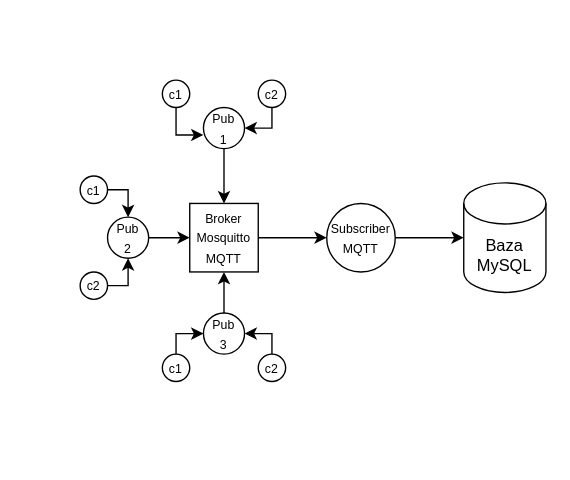
Before: MQTT_proj/Untitled Diagram.drawio in BlueCookieFrog/Protokoly-Transmisji-Cyfrowej, a draw.io diagram. Source tidied: cells renumbered, new cells numbered last; positions are measured from the earlier drawing's top-left corner, leaving out a move shared by most shapes. Both pictures are drawn from the tidied source at 137%, with x=0, y=0 at pixel (79, 79).
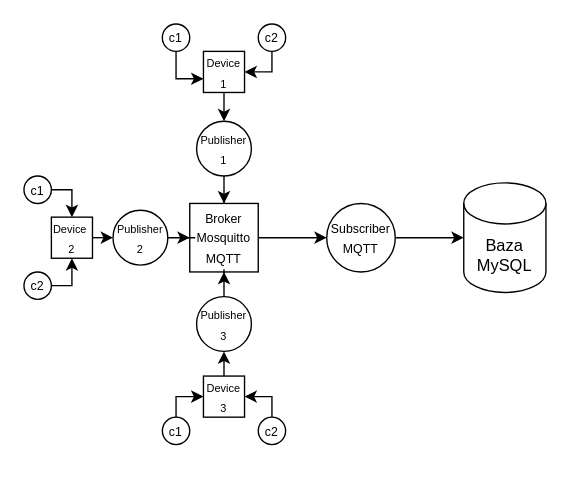
Above is the later version.

Unchanged cells that the change refers to:
```xml
<mxCell id="9" value="&lt;font style=&quot;font-size: 9px&quot;&gt;Broker&lt;br&gt;Mosquitto&lt;br&gt;MQTT&lt;/font&gt;" style="rounded=0;whiteSpace=wrap;html=1;" parent="1" vertex="1">
  <mxGeometry x="80" y="90" width="50" height="50" as="geometry" />
</mxCell>
```

Diff of the diagram source:
```diff
@@
-    <mxCell id="2" style="edgeStyle=orthogonalEdgeStyle;rounded=0;jettySize=auto;html=1;exitX=0.5;exitY=1;exitDx=0;exitDy=0;entryX=0.5;entryY=0;entryDx=0;entryDy=0;" parent="1" edge="1" source="3" target="9">
-      <mxGeometry relative="1" as="geometry" />
-    </mxCell>
+    <mxCell id="25" style="edgeStyle=orthogonalEdgeStyle;rounded=0;jettySize=auto;html=1;exitX=0.5;exitY=1;exitDx=0;exitDy=0;entryX=0.5;entryY=0;entryDx=0;entryDy=0;" parent="1" edge="1" source="3" target="29">
+      <mxGeometry relative="1" as="geometry" />
+    </mxCell>
-    <mxCell id="3" value="&lt;font style=&quot;font-size: 9px&quot;&gt;Pub&lt;br&gt;1&lt;/font&gt;" style="ellipse;whiteSpace=wrap;html=1;" parent="1" vertex="1">
-      <mxGeometry x="90" y="20" width="30" height="30" as="geometry" />
+    <mxCell id="3" value="&lt;font style=&quot;font-size: 8px&quot;&gt;Device&lt;br&gt;1&lt;/font&gt;" style="square;whiteSpace=wrap;html=1;" parent="1" vertex="1">
+      <mxGeometry x="90" y="-21" width="30" height="30" as="geometry" />
     </mxCell>
-    <mxCell id="4" style="edgeStyle=orthogonalEdgeStyle;rounded=0;jettySize=auto;html=1;exitX=0.5;exitY=0;exitDx=0;exitDy=0;entryX=0.5;entryY=1;entryDx=0;entryDy=0;" parent="1" edge="1" source="5" target="9">
-      <mxGeometry relative="1" as="geometry" />
-    </mxCell>
+    <mxCell id="26" style="edgeStyle=orthogonalEdgeStyle;rounded=0;jettySize=auto;html=1;exitX=0.5;exitY=0;exitDx=0;exitDy=0;entryX=0.5;entryY=1;entryDx=0;entryDy=0;" parent="1" edge="1" source="5" target="33">
+      <mxGeometry relative="1" as="geometry" />
+    </mxCell>
-    <mxCell id="5" value="&lt;font style=&quot;font-size: 9px&quot;&gt;Pub&lt;br&gt;3&lt;/font&gt;" style="ellipse;whiteSpace=wrap;html=1;" parent="1" vertex="1">
-      <mxGeometry x="90" y="170" width="30" height="30" as="geometry" />
+    <mxCell id="5" value="&lt;font style=&quot;font-size: 8px&quot;&gt;Device&lt;br&gt;3&lt;/font&gt;" style="Square;whiteSpace=wrap;html=1;" parent="1" vertex="1">
+      <mxGeometry x="90" y="216" width="30" height="30" as="geometry" />
     </mxCell>
-    <mxCell id="6" style="edgeStyle=orthogonalEdgeStyle;rounded=0;jettySize=auto;html=1;exitX=1;exitY=0.5;exitDx=0;exitDy=0;entryX=0;entryY=0.5;entryDx=0;entryDy=0;" parent="1" edge="1" source="7" target="9">
-      <mxGeometry relative="1" as="geometry" />
-    </mxCell>
+    <mxCell id="27" style="edgeStyle=orthogonalEdgeStyle;rounded=0;jettySize=auto;html=1;exitX=1;exitY=0.5;exitDx=0;exitDy=0;entryX=0;entryY=0.5;entryDx=0;entryDy=0;" parent="1" edge="1" source="7" target="31">
+      <mxGeometry relative="1" as="geometry" />
+    </mxCell>
-    <mxCell id="7" value="&lt;font style=&quot;font-size: 9px&quot;&gt;Pub&lt;br&gt;2&lt;/font&gt;" style="ellipse;whiteSpace=wrap;html=1;" parent="1" vertex="1">
-      <mxGeometry x="20" y="100" width="30" height="30" as="geometry" />
+    <mxCell id="7" value="&lt;font style=&quot;font-size: 8px&quot;&gt;Device&amp;nbsp; 2&lt;/font&gt;" style="square;whiteSpace=wrap;html=1;" parent="1" vertex="1">
+      <mxGeometry x="-21" y="100" width="30" height="30" as="geometry" />
     </mxCell>
@@
     <mxCell id="11" value="&lt;font style=&quot;font-size: 9px&quot;&gt;c2&lt;/font&gt;" style="ellipse;whiteSpace=wrap;html=1;" parent="1" vertex="1">
-      <mxGeometry y="140" width="20" height="20" as="geometry" />
+      <mxGeometry x="-41" y="140" width="20" height="20" as="geometry" />
     </mxCell>
@@
     <mxCell id="13" value="&lt;font style=&quot;font-size: 9px&quot;&gt;c1&lt;/font&gt;" style="ellipse;whiteSpace=wrap;html=1;" parent="1" vertex="1">
-      <mxGeometry y="70" width="20" height="20" as="geometry" />
+      <mxGeometry x="-41" y="70" width="20" height="20" as="geometry" />
     </mxCell>
     <mxCell id="14" style="edgeStyle=orthogonalEdgeStyle;rounded=0;jettySize=auto;html=1;exitX=0.5;exitY=1;exitDx=0;exitDy=0;entryX=0;entryY=0.667;entryDx=0;entryDy=0;entryPerimeter=0;" parent="1" edge="1" source="15" target="3">
       <mxGeometry relative="1" as="geometry">
         <Array as="points">
-          <mxPoint x="70" y="40" />
+          <mxPoint x="70" y="-1" />
         </Array>
       </mxGeometry>
     </mxCell>
     <mxCell id="15" value="&lt;font style=&quot;font-size: 9px&quot;&gt;c1&lt;/font&gt;" style="ellipse;whiteSpace=wrap;html=1;" parent="1" vertex="1">
-      <mxGeometry x="60" width="20" height="20" as="geometry" />
+      <mxGeometry x="60" y="-41" width="20" height="20" as="geometry" />
     </mxCell>
     <mxCell id="16" style="edgeStyle=orthogonalEdgeStyle;rounded=0;jettySize=auto;html=1;exitX=0.5;exitY=1;exitDx=0;exitDy=0;entryX=1;entryY=0.5;entryDx=0;entryDy=0;" parent="1" edge="1" source="17" target="3">
       <mxGeometry relative="1" as="geometry">
         <Array as="points">
-          <mxPoint x="140" y="10" />
-          <mxPoint x="140" y="35" />
+          <mxPoint x="140" y="-31" />
+          <mxPoint x="140" y="-6" />
         </Array>
       </mxGeometry>
     </mxCell>
     <mxCell id="17" value="&lt;font style=&quot;font-size: 9px&quot;&gt;c2&lt;/font&gt;" style="ellipse;whiteSpace=wrap;html=1;" parent="1" vertex="1">
-      <mxGeometry x="130" width="20" height="20" as="geometry" />
+      <mxGeometry x="130" y="-41" width="20" height="20" as="geometry" />
     </mxCell>
     <mxCell id="18" style="edgeStyle=orthogonalEdgeStyle;rounded=0;jettySize=auto;html=1;exitX=0.5;exitY=0;exitDx=0;exitDy=0;entryX=0;entryY=0.5;entryDx=0;entryDy=0;" parent="1" edge="1" source="19" target="5">
       <mxGeometry relative="1" as="geometry">
         <Array as="points">
-          <mxPoint x="70" y="220" />
-          <mxPoint x="70" y="185" />
+          <mxPoint x="70" y="266" />
+          <mxPoint x="70" y="231" />
         </Array>
       </mxGeometry>
     </mxCell>
     <mxCell id="19" value="&lt;font style=&quot;font-size: 9px&quot;&gt;c1&lt;/font&gt;" style="ellipse;whiteSpace=wrap;html=1;" parent="1" vertex="1">
-      <mxGeometry x="60" y="200" width="20" height="20" as="geometry" />
+      <mxGeometry x="60" y="246" width="20" height="20" as="geometry" />
     </mxCell>
     <mxCell id="20" style="edgeStyle=orthogonalEdgeStyle;rounded=0;jettySize=auto;html=1;exitX=0.5;exitY=0;exitDx=0;exitDy=0;entryX=1;entryY=0.5;entryDx=0;entryDy=0;" parent="1" edge="1" source="21" target="5">
       <mxGeometry relative="1" as="geometry">
         <Array as="points">
-          <mxPoint x="140" y="185" />
+          <mxPoint x="140" y="231" />
         </Array>
       </mxGeometry>
     </mxCell>
     <mxCell id="21" value="&lt;font style=&quot;font-size: 9px&quot;&gt;c2&lt;/font&gt;" style="ellipse;whiteSpace=wrap;html=1;" parent="1" vertex="1">
-      <mxGeometry x="130" y="200" width="20" height="20" as="geometry" />
+      <mxGeometry x="130" y="246" width="20" height="20" as="geometry" />
     </mxCell>
@@
+    <mxCell id="28" style="edgeStyle=orthogonalEdgeStyle;rounded=0;jettySize=auto;html=1;exitX=0.5;exitY=1;exitDx=0;exitDy=0;" parent="1" edge="1" source="29" target="9">
+      <mxGeometry relative="1" as="geometry" />
+    </mxCell>
+    <mxCell id="29" value="&lt;font style=&quot;font-size: 8px&quot;&gt;Publisher&lt;br&gt;1&lt;br&gt;&lt;/font&gt;" style="ellipse;whiteSpace=wrap;html=1;" parent="1" vertex="1">
+      <mxGeometry x="85" y="30" width="40" height="40" as="geometry" />
+    </mxCell>
+    <mxCell id="30" style="edgeStyle=orthogonalEdgeStyle;rounded=0;jettySize=auto;html=1;exitX=1;exitY=0.5;exitDx=0;exitDy=0;" parent="1" edge="1" source="31" target="9">
+      <mxGeometry relative="1" as="geometry" />
+    </mxCell>
+    <mxCell id="31" value="&lt;font style=&quot;font-size: 8px&quot;&gt;Publisher&lt;br&gt;2&lt;br&gt;&lt;/font&gt;" style="ellipse;whiteSpace=wrap;html=1;" parent="1" vertex="1">
+      <mxGeometry x="24" y="95" width="40" height="40" as="geometry" />
+    </mxCell>
+    <mxCell id="32" style="edgeStyle=orthogonalEdgeStyle;rounded=0;jettySize=auto;html=1;exitX=0.5;exitY=0;exitDx=0;exitDy=0;" parent="1" edge="1" source="33" target="9">
+      <mxGeometry relative="1" as="geometry" />
+    </mxCell>
+    <mxCell id="33" value="&lt;font style=&quot;font-size: 8px&quot;&gt;Publisher&lt;br&gt;3&lt;br&gt;&lt;/font&gt;" style="ellipse;whiteSpace=wrap;html=1;" parent="1" vertex="1">
+      <mxGeometry x="85" y="158" width="40" height="40" as="geometry" />
+    </mxCell>
```
